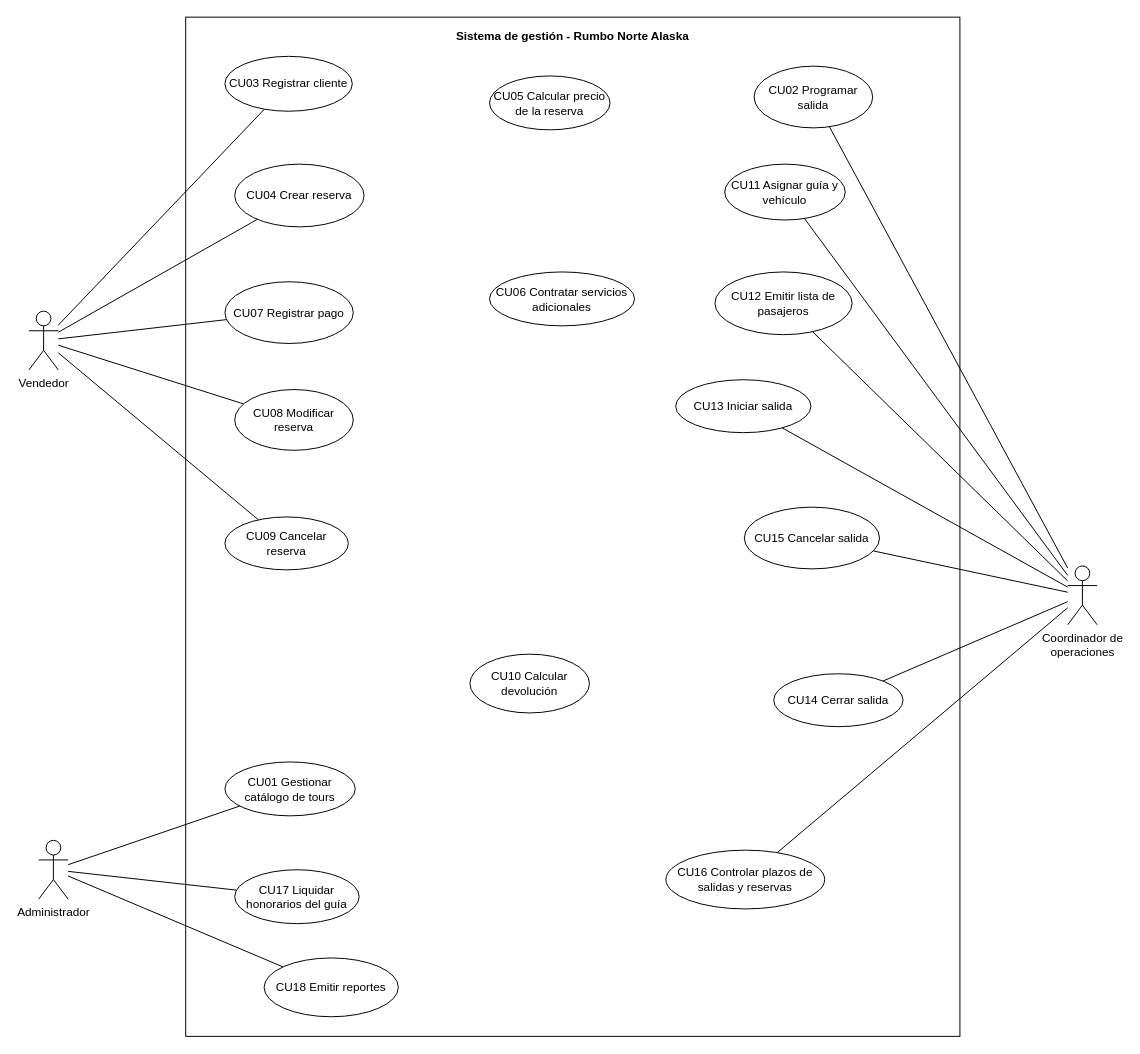
The draw.io diagram docs/uml/casos_de_uso.drawio in juampe-sudo/TPPOO, before the edit. Source tidied: cells renumbered, new cells numbered last; positions are measured from the earlier drawing's top-left corner, leaving out a move shared by most shapes. Both pictures are drawn from the tidied source at 98%, with x=0, y=0 at pixel (28, 17).
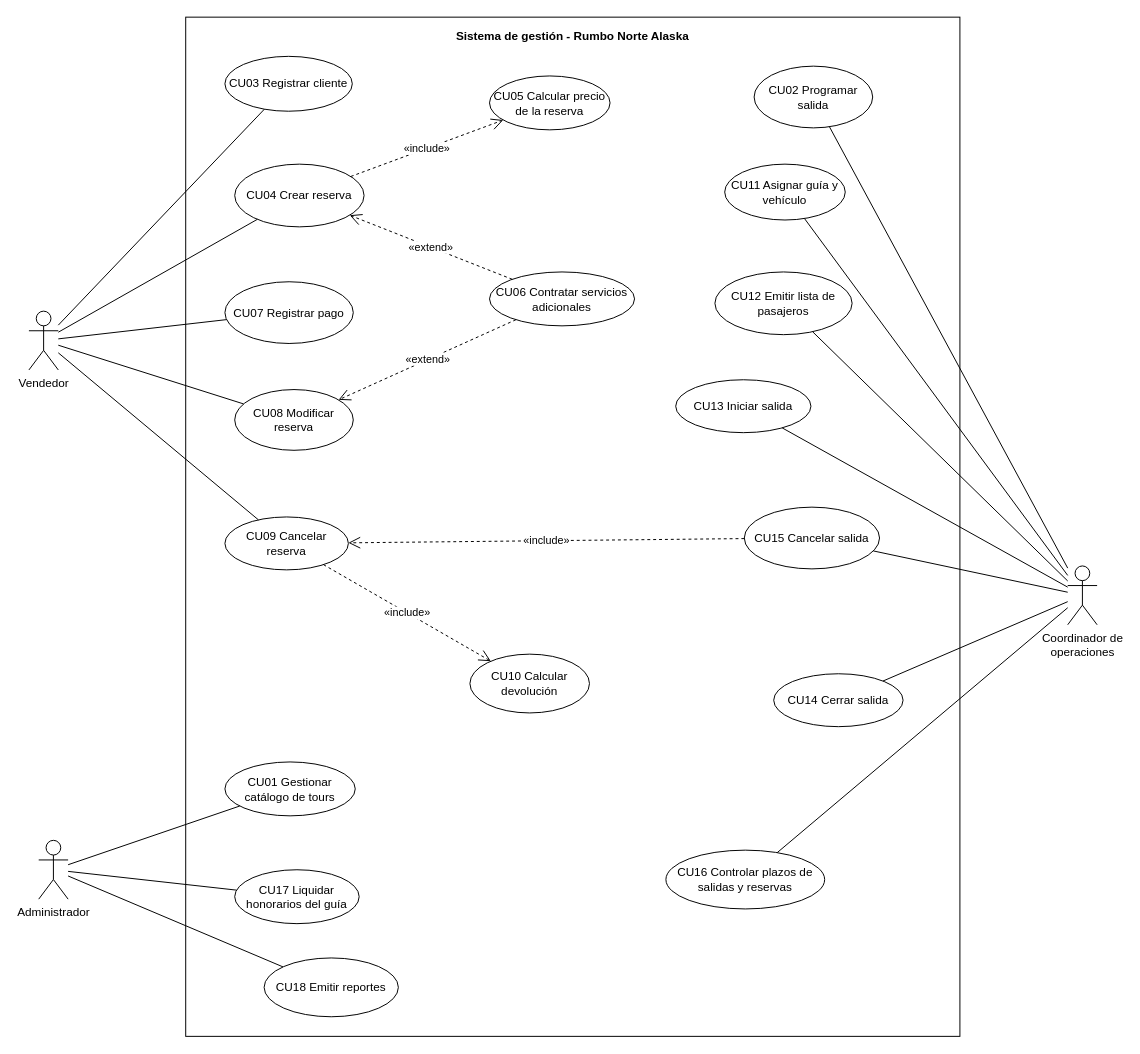
Above is the later version.

Commit message (it also covers changes not shown here):
Agrega relaciones include y extend al diagrama de casos de uso

Unchanged cells that the change refers to:
```xml
<mxCell id="7" value="CU04 Crear reserva" style="ellipse;whiteSpace=wrap;html=1;" parent="1" vertex="1">
  <mxGeometry x="210" y="150" width="132" height="64" as="geometry" />
</mxCell>
<mxCell id="8" value="CU05 Calcular precio de la reserva" style="ellipse;whiteSpace=wrap;html=1;" parent="1" vertex="1">
  <mxGeometry x="470" y="60" width="123" height="55" as="geometry" />
</mxCell>
<mxCell id="9" value="CU06 Contratar servicios adicionales" style="ellipse;whiteSpace=wrap;html=1;" parent="1" vertex="1">
  <mxGeometry x="470" y="260" width="148" height="55" as="geometry" />
</mxCell>
<mxCell id="11" value="CU08 Modificar reserva" style="ellipse;whiteSpace=wrap;html=1;" parent="1" vertex="1">
  <mxGeometry x="210" y="380" width="121" height="62" as="geometry" />
</mxCell>
<mxCell id="12" value="CU09 Cancelar reserva" style="ellipse;whiteSpace=wrap;html=1;" parent="1" vertex="1">
  <mxGeometry x="200" y="510" width="126" height="54" as="geometry" />
</mxCell>
<mxCell id="13" value="CU10 Calcular devolución" style="ellipse;whiteSpace=wrap;html=1;" parent="1" vertex="1">
  <mxGeometry x="450" y="650" width="122" height="60" as="geometry" />
</mxCell>
<mxCell id="21" value="CU15 Cancelar salida" style="ellipse;whiteSpace=wrap;html=1;" parent="1" vertex="1">
  <mxGeometry x="730" y="500" width="138" height="63" as="geometry" />
</mxCell>
```

Diff of the diagram source:
```diff
@@
+    <mxCell id="39" value="«include»" style="html=1;rounded=0;endArrow=open;endSize=10;dashed=1;" parent="1" edge="1" source="7" target="8">
+      <mxGeometry relative="1" as="geometry" />
+    </mxCell>
+    <mxCell id="40" value="«extend»" style="html=1;rounded=0;endArrow=open;endSize=10;dashed=1;" parent="1" edge="1" source="9" target="7">
+      <mxGeometry relative="1" as="geometry" />
+    </mxCell>
+    <mxCell id="41" value="«extend»" style="html=1;rounded=0;endArrow=open;endSize=10;dashed=1;" parent="1" edge="1" source="9" target="11">
+      <mxGeometry relative="1" as="geometry" />
+    </mxCell>
+    <mxCell id="42" value="«include»" style="html=1;rounded=0;endArrow=open;endSize=10;dashed=1;" parent="1" edge="1" source="12" target="13">
+      <mxGeometry relative="1" as="geometry" />
+    </mxCell>
+    <mxCell id="43" value="«include»" style="html=1;rounded=0;endArrow=open;endSize=10;dashed=1;" parent="1" edge="1" source="21" target="12">
+      <mxGeometry relative="1" as="geometry" />
+    </mxCell>
```
